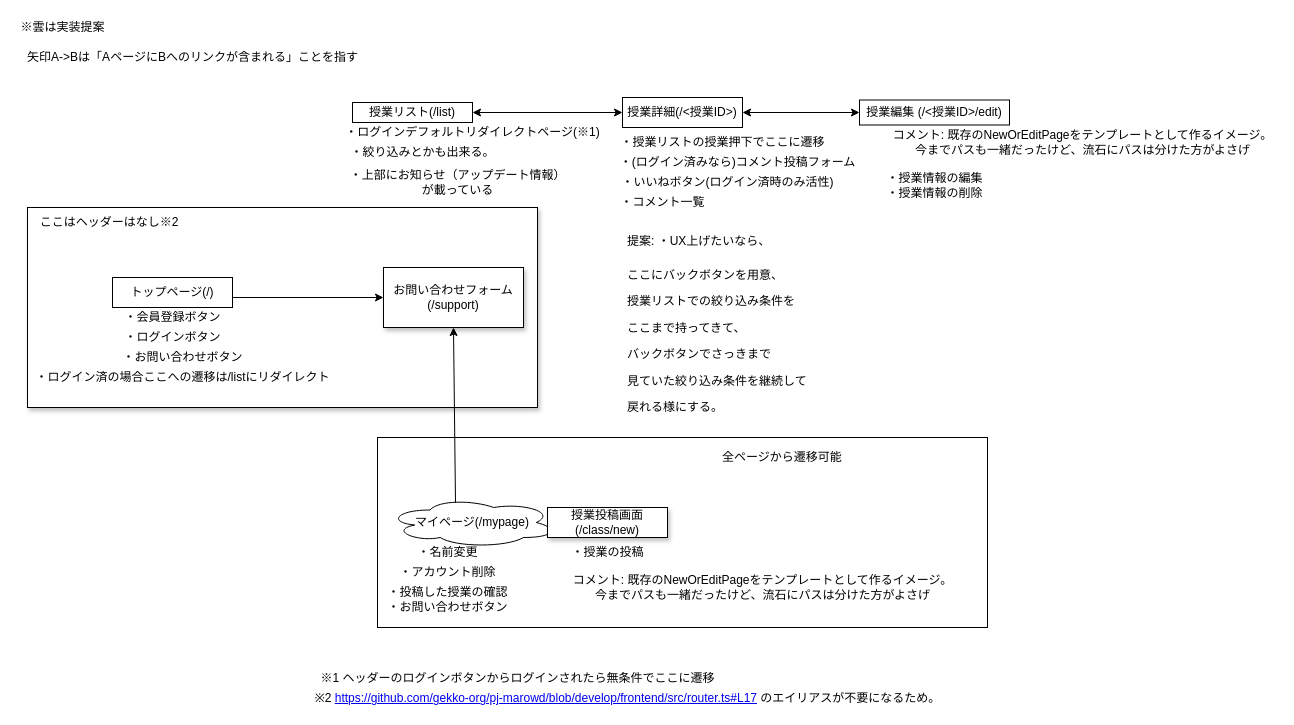
Above: 画面遷移図.drawio in gekko-org/pj-marowd (draw.io), before the change. Source tidied: cells renumbered, new cells numbered last; positions are measured from the earlier drawing's top-left corner, leaving out a move shared by most shapes. Both pictures are drawn from the tidied source at 100%, with x=0, y=0 at pixel (17, 17).
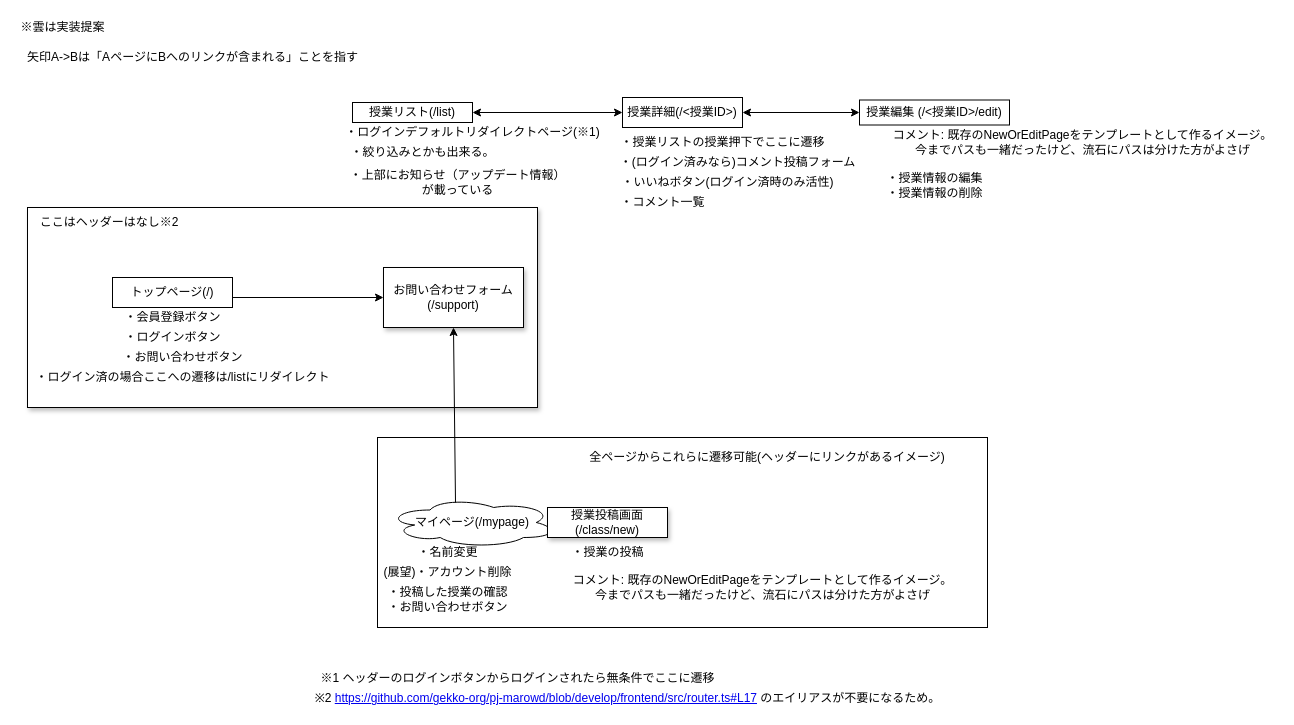
Above is the later version.

Commit message:
Update 画面遷移図.drawio

Change to the diagram source:
```diff
@@
-    <mxCell id="3" value="&lt;h1&gt;&lt;span style=&quot;text-align: center ; white-space: nowrap ; font-size: 12px ; font-weight: normal&quot;&gt;提案: ・UX上げたいなら、&lt;/span&gt;&lt;br&gt;&lt;/h1&gt;&lt;p&gt;&lt;span style=&quot;text-align: center ; white-space: nowrap&quot;&gt;ここにバックボタンを用意、&lt;/span&gt;&lt;/p&gt;&lt;p&gt;&lt;span style=&quot;text-align: center ; white-space: nowrap&quot;&gt;授業リストでの絞り込み条件を&lt;/span&gt;&lt;/p&gt;&lt;p&gt;&lt;span style=&quot;text-align: center ; white-space: nowrap&quot;&gt;ここまで持ってきて、&lt;/span&gt;&lt;/p&gt;&lt;p&gt;&lt;span style=&quot;text-align: center ; white-space: nowrap&quot;&gt;バックボタンでさっきまで&lt;/span&gt;&lt;/p&gt;&lt;p&gt;&lt;span style=&quot;text-align: center ; white-space: nowrap&quot;&gt;見ていた絞り込み条件を継続して&lt;/span&gt;&lt;/p&gt;&lt;p&gt;&lt;span style=&quot;text-align: center ; white-space: nowrap&quot;&gt;戻れる様にする。&lt;/span&gt;&lt;br&gt;&lt;/p&gt;" style="text;html=1;strokeColor=none;fillColor=none;spacing=5;spacingTop=-20;whiteSpace=wrap;overflow=hidden;rounded=0;shadow=1;" parent="1" vertex="1">
-      <mxGeometry x="605" y="200" width="195" height="200" as="geometry" />
-    </mxCell>
@@
-    <mxCell id="9" value="全ページから遷移可能" style="text;html=1;strokeColor=none;fillColor=none;align=center;verticalAlign=middle;whiteSpace=wrap;rounded=0;" parent="1" vertex="1">
-      <mxGeometry x="685" y="430" width="160" height="20" as="geometry" />
+    <mxCell id="9" value="全ページからこれらに遷移可能(ヘッダーにリンクがあるイメージ)" style="text;html=1;strokeColor=none;fillColor=none;align=center;verticalAlign=middle;whiteSpace=wrap;rounded=0;" parent="1" vertex="1">
+      <mxGeometry x="550" y="430" width="400" height="20" as="geometry" />
     </mxCell>
@@
-    <mxCell id="13" value="・アカウント削除" style="text;html=1;align=center;verticalAlign=middle;" parent="1" vertex="1">
-      <mxGeometry x="375" y="545" width="110" height="20" as="geometry" />
+    <mxCell id="13" value="(展望)・アカウント削除" style="text;html=1;align=center;verticalAlign=middle;" parent="1" vertex="1">
+      <mxGeometry x="360" y="545" width="140" height="20" as="geometry" />
     </mxCell>
```
